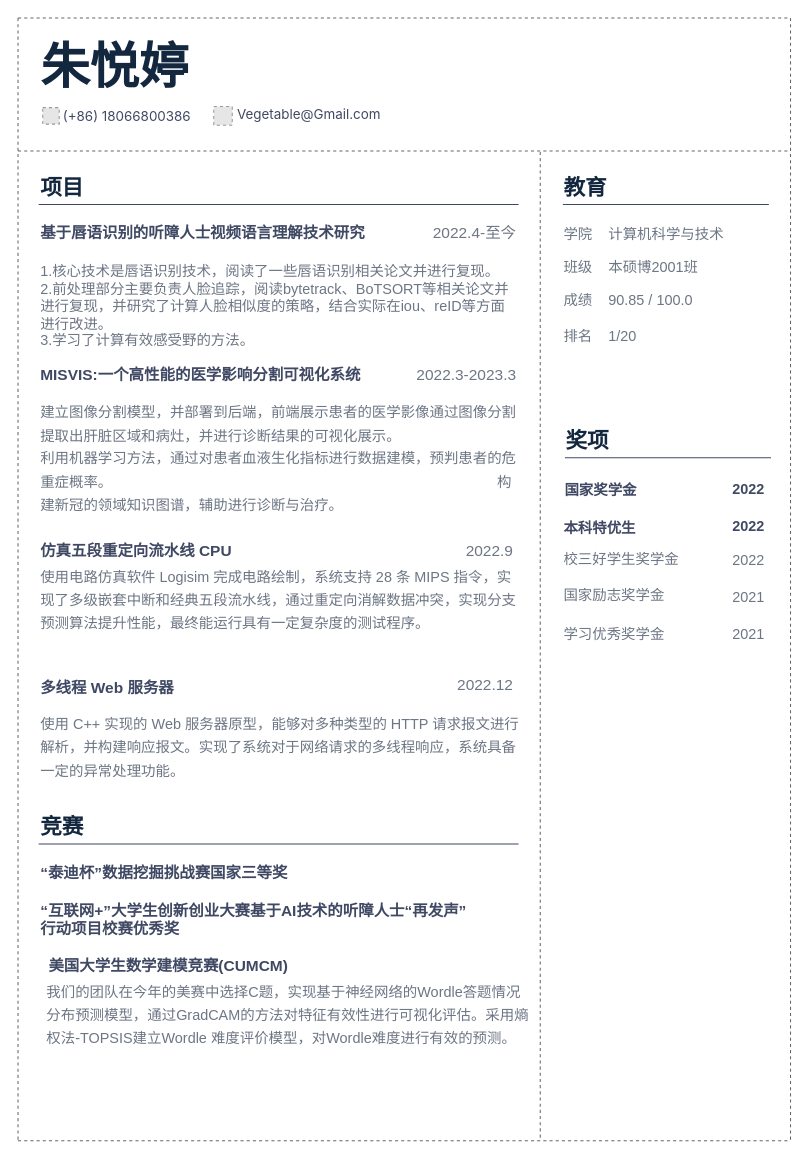
This is source/DrawCV.drawio from Polycoriander/DrawCV, a draw.io file, before an edit. Source tidied: cells renumbered, new cells numbered last; positions are measured from the earlier drawing's top-left corner, leaving out a move shared by most shapes. Both pictures are drawn from the tidied source at 103%, with x=0, y=0 at pixel (18, 18). Pictures stored in the file or linked from it are replaced by grey dashed boxes.
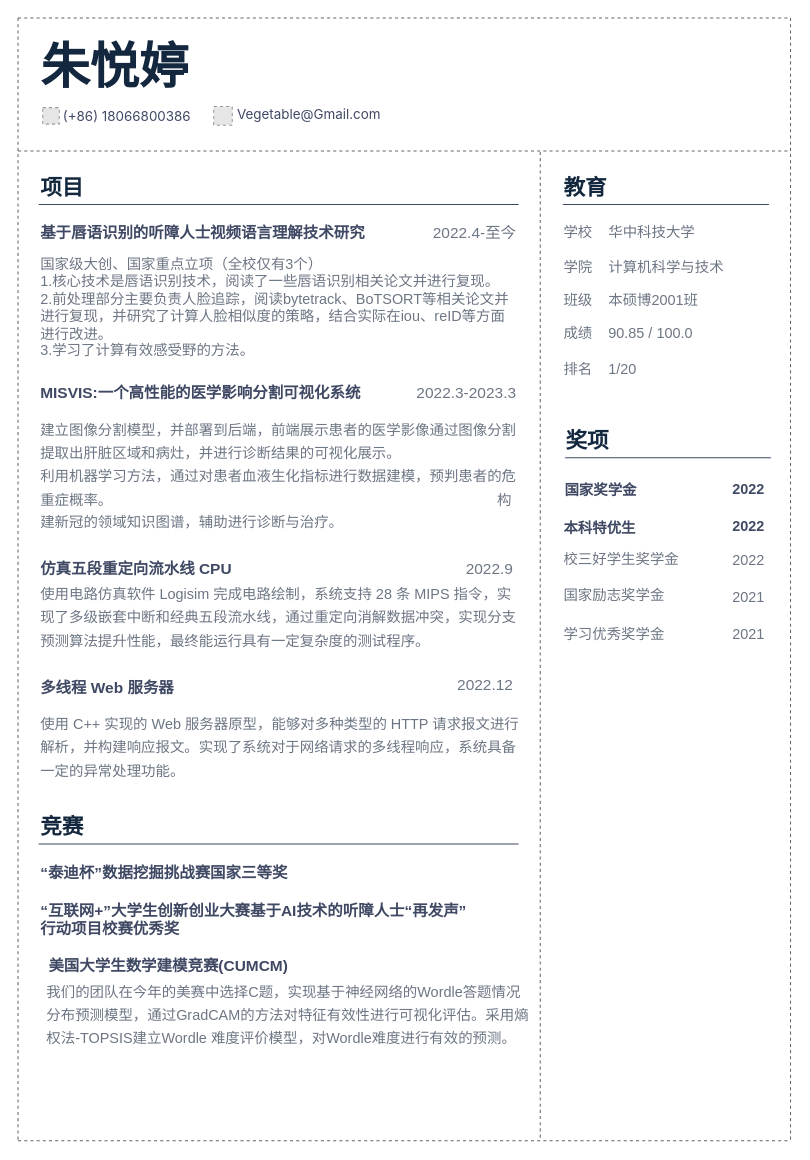
Above is the later version.

Change to the diagram source:
```diff
@@
     <mxCell id="16" value="&lt;font style=&quot;font-size: 14px;&quot;&gt;班级&amp;nbsp; &amp;nbsp; 本硕博2001班&lt;/font&gt;" style="text;html=1;strokeColor=none;fillColor=none;align=left;verticalAlign=middle;whiteSpace=wrap;rounded=0;fontFamily=Source Han Sans;fontSize=12;fontColor=#6D7684;fontStyle=0;" parent="1" vertex="1">
-      <mxGeometry x="528" y="230" width="199" height="23" as="geometry" />
+      <mxGeometry x="528" y="262.5" width="199" height="23" as="geometry" />
     </mxCell>
     <mxCell id="17" value="&lt;font style=&quot;font-size: 14px;&quot;&gt;成绩&amp;nbsp; &amp;nbsp; 90.85 / 100.0&lt;/font&gt;" style="text;html=1;strokeColor=none;fillColor=none;align=left;verticalAlign=middle;whiteSpace=wrap;rounded=0;fontFamily=Source Han Sans;fontSize=12;fontColor=#6D7684;fontStyle=0;" parent="1" vertex="1">
-      <mxGeometry x="528" y="262" width="199" height="23" as="geometry" />
+      <mxGeometry x="528" y="294.5" width="199" height="23" as="geometry" />
     </mxCell>
     <mxCell id="18" value="&lt;font style=&quot;font-size: 14px;&quot;&gt;排名&amp;nbsp; &amp;nbsp; 1/20&amp;nbsp;&amp;nbsp;&lt;/font&gt;" style="text;html=1;strokeColor=none;fillColor=none;align=left;verticalAlign=middle;whiteSpace=wrap;rounded=0;fontFamily=Source Han Sans;fontSize=12;fontColor=#6D7684;fontStyle=0;" parent="1" vertex="1">
-      <mxGeometry x="528" y="297" width="199" height="23" as="geometry" />
+      <mxGeometry x="528" y="329.5" width="199" height="23" as="geometry" />
     </mxCell>
@@
     <mxCell id="30" value="&lt;p class=&quot;MsoNormal&quot;&gt;&lt;a&gt;MISVIS:一个高性能的医学影响分割可视化系统&lt;/a&gt;&lt;/p&gt;" style="text;html=1;strokeColor=none;fillColor=none;align=left;verticalAlign=middle;whiteSpace=wrap;rounded=0;fontSize=15;fontFamily=Source Han Sans;fontStyle=1;fontColor=#404964;" parent="1" vertex="1">
-      <mxGeometry x="20" y="336" width="416" height="20" as="geometry" />
+      <mxGeometry x="20" y="353" width="416" height="20" as="geometry" />
     </mxCell>
     <mxCell id="31" value="2022.3-2023.3" style="text;html=1;strokeColor=none;fillColor=none;align=right;verticalAlign=middle;whiteSpace=wrap;rounded=0;fontFamily=Source Han Sans;fontSize=15;fontColor=#6D7684;fontStyle=0;" parent="1" vertex="1">
-      <mxGeometry x="359" y="338.5" width="127" height="14" as="geometry" />
+      <mxGeometry x="359" y="355.5" width="127" height="14" as="geometry" />
     </mxCell>
@@
     <mxCell id="39" value="仿真五段重定向流水线 &lt;span&gt;CPU&lt;/span&gt;" style="text;html=1;strokeColor=none;fillColor=none;align=left;verticalAlign=middle;whiteSpace=wrap;rounded=0;fontSize=15;fontFamily=Source Han Sans;fontStyle=1;fontColor=#404964;" parent="1" vertex="1">
-      <mxGeometry x="20" y="506.5" width="416" height="20" as="geometry" />
+      <mxGeometry x="20" y="523.5" width="416" height="20" as="geometry" />
     </mxCell>
     <mxCell id="40" value="2022.9" style="text;html=1;strokeColor=none;fillColor=none;align=right;verticalAlign=middle;whiteSpace=wrap;rounded=0;fontFamily=Source Han Sans;fontSize=15;fontColor=#6D7684;fontStyle=0;" parent="1" vertex="1">
-      <mxGeometry x="436" y="509.5" width="47" height="14" as="geometry" />
+      <mxGeometry x="436" y="526.5" width="47" height="14" as="geometry" />
     </mxCell>
     <mxCell id="41" value="&lt;p style=&quot;line-height: 1.6;&quot;&gt;&lt;font style=&quot;font-size: 14px;&quot;&gt;使用电路仿真软件 Logisim 完成电路绘制，系统支持 28 条 MIPS 指令，实现了多级嵌套中断和经典五段流水线，通过重定向消解数据冲突，实现分支预测算法提升性能，最终能运行具有一定复杂度的测试程序。&lt;/font&gt;&lt;/p&gt;" style="text;html=1;strokeColor=none;fillColor=none;align=left;verticalAlign=middle;whiteSpace=wrap;rounded=0;fontFamily=Source Han Sans;fontSize=12;fontColor=#6D7684;fontStyle=0;" parent="1" vertex="1">
-      <mxGeometry x="20" y="537.3" width="466" height="55" as="geometry" />
+      <mxGeometry x="20" y="554.3" width="466" height="55" as="geometry" />
     </mxCell>
     <mxCell id="42" value="&lt;font style=&quot;font-size: 14px;&quot;&gt;学院&amp;nbsp; &amp;nbsp; 计算机科学与技术&lt;/font&gt;" style="text;html=1;strokeColor=none;fillColor=none;align=left;verticalAlign=middle;whiteSpace=wrap;rounded=0;fontFamily=Source Han Sans;fontSize=12;fontColor=#6D7684;fontStyle=0;" parent="1" vertex="1">
-      <mxGeometry x="528" y="198" width="199" height="23" as="geometry" />
+      <mxGeometry x="528" y="230" width="199" height="23" as="geometry" />
     </mxCell>
@@
     <mxCell id="48" value="&lt;p style=&quot;line-height: 1.6;&quot;&gt;&lt;font style=&quot;font-size: 14px;&quot;&gt;&lt;font style=&quot;&quot;&gt;&lt;font style=&quot;&quot;&gt;建立图像分割模型，并部署到后端，前端展示患者的医学影像通过图像分割提取出肝脏区域和病灶，并进行诊断结果的可视&lt;/font&gt;&lt;/font&gt;&lt;font style=&quot;background-color: initial;&quot;&gt;化展示。&amp;nbsp; &amp;nbsp; &amp;nbsp; &amp;nbsp; &amp;nbsp; &amp;nbsp; &amp;nbsp; &amp;nbsp; &amp;nbsp; &amp;nbsp; &amp;nbsp; &amp;nbsp; &amp;nbsp; &amp;nbsp; &lt;/font&gt;&lt;span style=&quot;background-color: initial;&quot;&gt;利用机器学习方法，通过对患者血液生化指标进行数据建模，预判患者的危重症概率。&amp;nbsp; &amp;nbsp; &amp;nbsp; &amp;nbsp; &amp;nbsp; &amp;nbsp; &amp;nbsp; &amp;nbsp; &amp;nbsp; &amp;nbsp; &amp;nbsp; &amp;nbsp; &amp;nbsp; &amp;nbsp; &amp;nbsp; &amp;nbsp; &amp;nbsp; &amp;nbsp; &amp;nbsp; &amp;nbsp; &amp;nbsp; &amp;nbsp; &amp;nbsp; &amp;nbsp; &amp;nbsp; &amp;nbsp; &amp;nbsp; &amp;nbsp; &amp;nbsp; &amp;nbsp; &amp;nbsp; &amp;nbsp; &amp;nbsp; &amp;nbsp; &amp;nbsp; &amp;nbsp; &amp;nbsp; &amp;nbsp; &amp;nbsp; &amp;nbsp; &amp;nbsp; &amp;nbsp; &amp;nbsp; &amp;nbsp; &amp;nbsp; &amp;nbsp; &amp;nbsp; &amp;nbsp; &lt;/span&gt;&lt;span style=&quot;background-color: initial;&quot;&gt;构建新冠的领域知识图谱，辅助进行诊断与治疗。&lt;/span&gt;&lt;/font&gt;&lt;/p&gt;&lt;div&gt;&lt;br&gt;&lt;/div&gt;" style="text;html=1;strokeColor=none;fillColor=none;align=left;verticalAlign=middle;whiteSpace=wrap;rounded=0;fontFamily=Source Han Sans;fontSize=12;fontColor=#6D7684;fontStyle=0;" parent="1" vertex="1">
-      <mxGeometry x="20" y="370" width="470" height="130" as="geometry" />
+      <mxGeometry x="20" y="387" width="470" height="130" as="geometry" />
     </mxCell>
@@
-    <mxCell id="51" value="&lt;p style=&quot;line-height: 1.6;&quot;&gt;&lt;font style=&quot;font-size: 10px;&quot;&gt;&lt;br&gt;&lt;/font&gt;&lt;/p&gt;&lt;font style=&quot;font-size: 14px;&quot;&gt;1.核心技术是唇语识别技术，阅读了一些唇语识别相关论文并进行复现。&amp;nbsp;&amp;nbsp;&amp;nbsp;&lt;br&gt;2.前处理部分主要负责人脸追踪，阅读bytetrack、BoTSORT等相关论文并进行复现，并研究了计算人脸相似度的策略，结合实际在iou、reID等方面进行改进。&lt;br&gt;3.学习了计算有效感受野的方法。&lt;/font&gt;" style="text;html=1;strokeColor=none;fillColor=none;align=left;verticalAlign=middle;whiteSpace=wrap;rounded=0;fontFamily=Source Han Sans;fontSize=12;fontColor=#6D7684;fontStyle=0;" parent="1" vertex="1">
-      <mxGeometry x="20" y="230" width="466" height="55" as="geometry" />
+    <mxCell id="51" value="&lt;p style=&quot;line-height: 1.6;&quot;&gt;&lt;font style=&quot;font-size: 10px;&quot;&gt;&lt;br&gt;&lt;/font&gt;&lt;/p&gt;&lt;font style=&quot;font-size: 14px;&quot;&gt;国家级大创、国家重点立项（全校仅有3个）&lt;br&gt;1.核心技术是唇语识别技术，阅读了一些唇语识别相关论文并进行复现。&amp;nbsp;&amp;nbsp;&amp;nbsp;&lt;br&gt;2.前处理部分主要负责人脸追踪，阅读bytetrack、BoTSORT等相关论文并进行复现，并研究了计算人脸相似度的策略，结合实际在iou、reID等方面进行改进。&lt;br&gt;3.学习了计算有效感受野的方法。&lt;br&gt;&lt;br&gt;&lt;/font&gt;" style="text;html=1;strokeColor=none;fillColor=none;align=left;verticalAlign=middle;whiteSpace=wrap;rounded=0;fontFamily=Source Han Sans;fontSize=12;fontColor=#6D7684;fontStyle=0;" parent="1" vertex="1">
+      <mxGeometry x="20" y="240" width="466" height="55" as="geometry" />
     </mxCell>
+    <mxCell id="52" value="&lt;font style=&quot;font-size: 14px;&quot;&gt;学校&amp;nbsp; &amp;nbsp; 华中科技大学&lt;/font&gt;" style="text;html=1;strokeColor=none;fillColor=none;align=left;verticalAlign=middle;whiteSpace=wrap;rounded=0;fontFamily=Source Han Sans;fontSize=12;fontColor=#6D7684;fontStyle=0;" parent="1" vertex="1">
+      <mxGeometry x="528" y="196.5" width="199" height="23" as="geometry" />
+    </mxCell>
```
